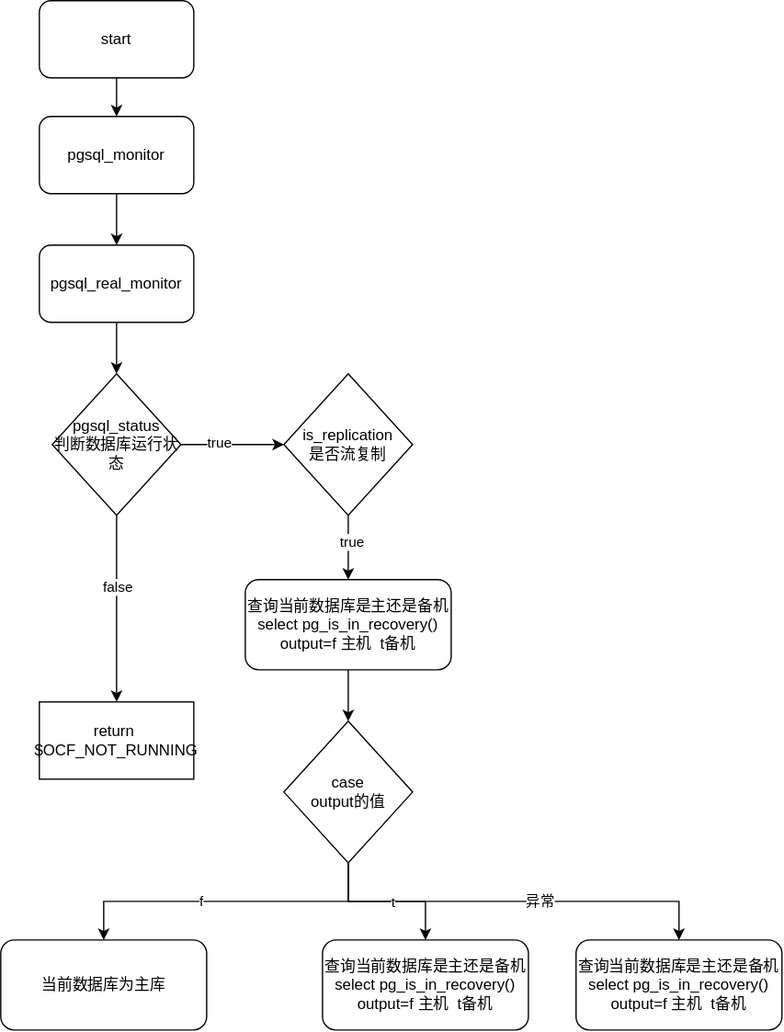
Before: pacemaker_pgsql.svg, a diagram exported from draw.io (simplecodeyu/hot-standy-keepalived-postgres). Source tidied: cells renumbered, new cells last; positions are measured from the earlier drawing's top-left corner, leaving out a move shared by most shapes.
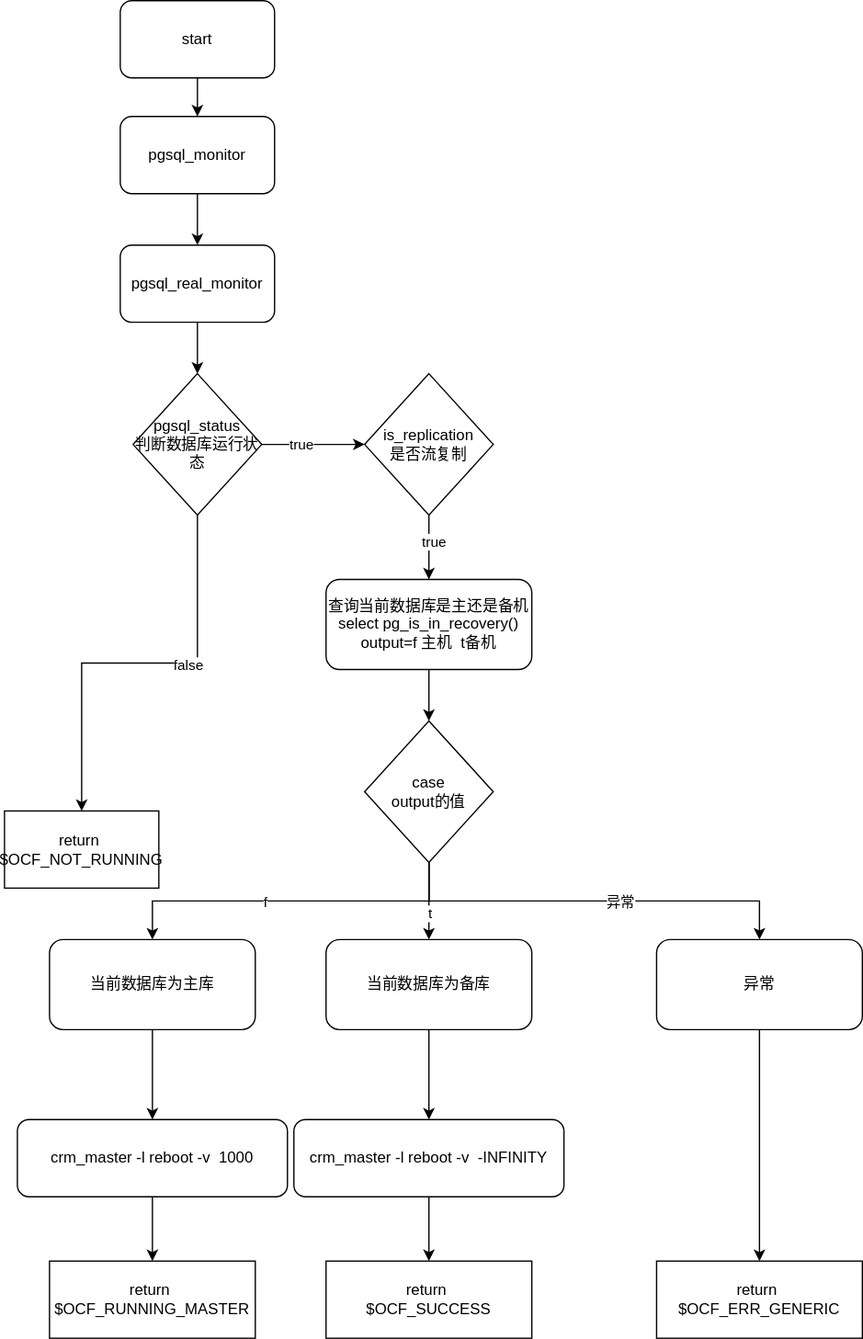
After the change.

Change to the diagram source:
```diff
@@ -36,7 +36,7 @@
       <mxGeometry x="40" y="290" width="100" height="110" as="geometry" />
     </mxCell>
     <mxCell id="13" value="return&amp;nbsp;&lt;br&gt;$OCF_NOT_RUNNING" style="whiteSpace=wrap;html=1;" parent="1" vertex="1">
-      <mxGeometry x="30" y="545" width="120" height="60" as="geometry" />
+      <mxGeometry x="-60" y="630" width="120" height="60" as="geometry" />
     </mxCell>
     <mxCell id="14" style="edgeStyle=orthogonalEdgeStyle;rounded=0;jettySize=auto;html=1;entryX=0.5;entryY=0;entryDx=0;entryDy=0;" parent="1" edge="1" source="16" target="18">
       <mxGeometry relative="1" as="geometry" />
@@ -57,7 +57,7 @@
       <mxGeometry relative="1" as="geometry">
         <Array as="points">
           <mxPoint x="270" y="700" />
-          <mxPoint x="80" y="700" />
+          <mxPoint x="55" y="700" />
         </Array>
       </mxGeometry>
     </mxCell>
@@ -67,6 +67,11 @@
     <mxCell id="21" style="edgeStyle=orthogonalEdgeStyle;rounded=0;jettySize=auto;html=1;" parent="1" edge="1" source="25" target="27">
       <mxGeometry relative="1" as="geometry" />
     </mxCell>
+    <mxCell id="23" value="t" style="edgeLabel;html=1;align=center;verticalAlign=middle;" parent="21" vertex="1">
+      <mxGeometry x="-0.37" y="1" relative="1" as="geometry">
+        <mxPoint x="-1" y="21" as="offset" />
+      </mxGeometry>
+    </mxCell>
     <mxCell id="22" style="edgeStyle=orthogonalEdgeStyle;rounded=0;jettySize=auto;html=1;" parent="1" edge="1" source="25" target="28">
       <mxGeometry relative="1" as="geometry">
         <Array as="points">
@@ -75,23 +80,50 @@
         </Array>
       </mxGeometry>
     </mxCell>
-    <mxCell id="23" value="t" style="edgeLabel;html=1;align=center;verticalAlign=middle;" parent="22" vertex="1">
-      <mxGeometry x="-0.59" y="-1" relative="1" as="geometry" />
-    </mxCell>
     <mxCell id="24" value="异常" style="edgeLabel;html=1;align=center;verticalAlign=middle;" parent="22" vertex="1">
       <mxGeometry x="0.12" relative="1" as="geometry" />
     </mxCell>
     <mxCell id="25" value="case &lt;br&gt;output的值" style="rhombus;whiteSpace=wrap;html=1;" parent="1" vertex="1">
       <mxGeometry x="220" y="560" width="100" height="110" as="geometry" />
     </mxCell>
+    <mxCell id="29" style="edgeStyle=orthogonalEdgeStyle;rounded=0;jettySize=auto;html=1;" parent="1" edge="1" source="26" target="33">
+      <mxGeometry relative="1" as="geometry" />
+    </mxCell>
     <mxCell id="26" value="当前数据库为主库&lt;br&gt;" style="rounded=1;whiteSpace=wrap;html=1;" parent="1" vertex="1">
-      <mxGeometry y="730" width="160" height="70" as="geometry" />
+      <mxGeometry x="-25" y="730" width="160" height="70" as="geometry" />
     </mxCell>
+    <mxCell id="30" style="edgeStyle=orthogonalEdgeStyle;rounded=0;jettySize=auto;html=1;" parent="1" edge="1" source="27" target="36">
+      <mxGeometry relative="1" as="geometry" />
+    </mxCell>
-    <mxCell id="27" value="查询当前数据库是主还是备机&lt;br&gt;select pg_is_in_recovery()&lt;br&gt;output=f 主机&amp;nbsp; t备机" style="rounded=1;whiteSpace=wrap;html=1;" parent="1" vertex="1">
-      <mxGeometry x="250" y="730" width="160" height="70" as="geometry" />
+    <mxCell id="27" value="当前数据库为备库" style="rounded=1;whiteSpace=wrap;html=1;" parent="1" vertex="1">
+      <mxGeometry x="190" y="730" width="160" height="70" as="geometry" />
     </mxCell>
+    <mxCell id="31" style="edgeStyle=orthogonalEdgeStyle;rounded=0;jettySize=auto;html=1;" parent="1" edge="1" source="28" target="38">
+      <mxGeometry relative="1" as="geometry" />
+    </mxCell>
-    <mxCell id="28" value="查询当前数据库是主还是备机&lt;br&gt;select pg_is_in_recovery()&lt;br&gt;output=f 主机&amp;nbsp; t备机" style="rounded=1;whiteSpace=wrap;html=1;" parent="1" vertex="1">
+    <mxCell id="28" value="异常" style="rounded=1;whiteSpace=wrap;html=1;" parent="1" vertex="1">
       <mxGeometry x="447" y="730" width="160" height="70" as="geometry" />
     </mxCell>
+    <mxCell id="32" style="edgeStyle=orthogonalEdgeStyle;rounded=0;jettySize=auto;html=1;entryX=0.5;entryY=0;entryDx=0;entryDy=0;" parent="1" edge="1" source="33" target="34">
+      <mxGeometry relative="1" as="geometry" />
+    </mxCell>
+    <mxCell id="33" value="crm_master -l reboot -v&amp;nbsp; 1000" style="whiteSpace=wrap;html=1;rounded=1;" parent="1" vertex="1">
+      <mxGeometry x="-50" y="870" width="210" height="60" as="geometry" />
+    </mxCell>
+    <mxCell id="34" value="return&amp;nbsp;&lt;br&gt;$OCF_RUNNING_MASTER" style="whiteSpace=wrap;html=1;" parent="1" vertex="1">
+      <mxGeometry x="-25" y="980" width="160" height="60" as="geometry" />
+    </mxCell>
+    <mxCell id="35" style="edgeStyle=orthogonalEdgeStyle;rounded=0;jettySize=auto;html=1;entryX=0.5;entryY=0;entryDx=0;entryDy=0;" parent="1" edge="1" source="36" target="37">
+      <mxGeometry relative="1" as="geometry" />
+    </mxCell>
+    <mxCell id="36" value="crm_master -l reboot -v&amp;nbsp; -INFINITY" style="whiteSpace=wrap;html=1;rounded=1;" parent="1" vertex="1">
+      <mxGeometry x="165" y="870" width="210" height="60" as="geometry" />
+    </mxCell>
+    <mxCell id="37" value="return&amp;nbsp;&lt;br&gt;$OCF_SUCCESS" style="whiteSpace=wrap;html=1;" parent="1" vertex="1">
+      <mxGeometry x="190" y="980" width="160" height="60" as="geometry" />
+    </mxCell>
+    <mxCell id="38" value="return&amp;nbsp;&lt;br&gt;$OCF_ERR_GENERIC" style="whiteSpace=wrap;html=1;" parent="1" vertex="1">
+      <mxGeometry x="447" y="980" width="160" height="60" as="geometry" />
+    </mxCell>
   </root>
 </mxGraphModel>
```
